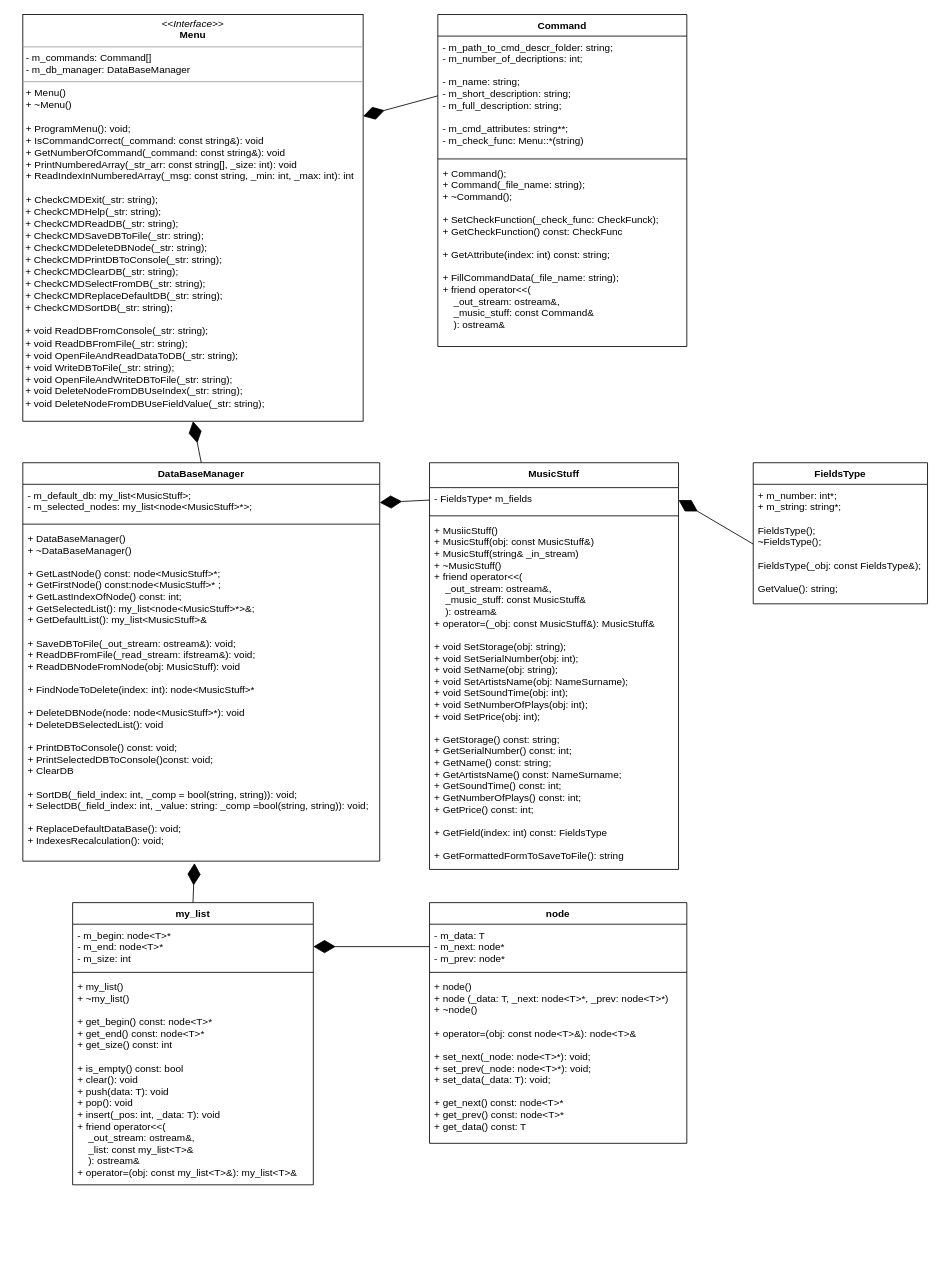
The draw.io diagram task/Class_Diagram.drawio in AKTOETO/SUBD_kursovaya-2022, before the edit. Source tidied: cells renumbered, new cells numbered last; positions are measured from the earlier drawing's top-left corner, leaving out a move shared by most shapes. Both pictures are drawn from the tidied source at 83%, with x=0, y=0 at pixel (22, 14).
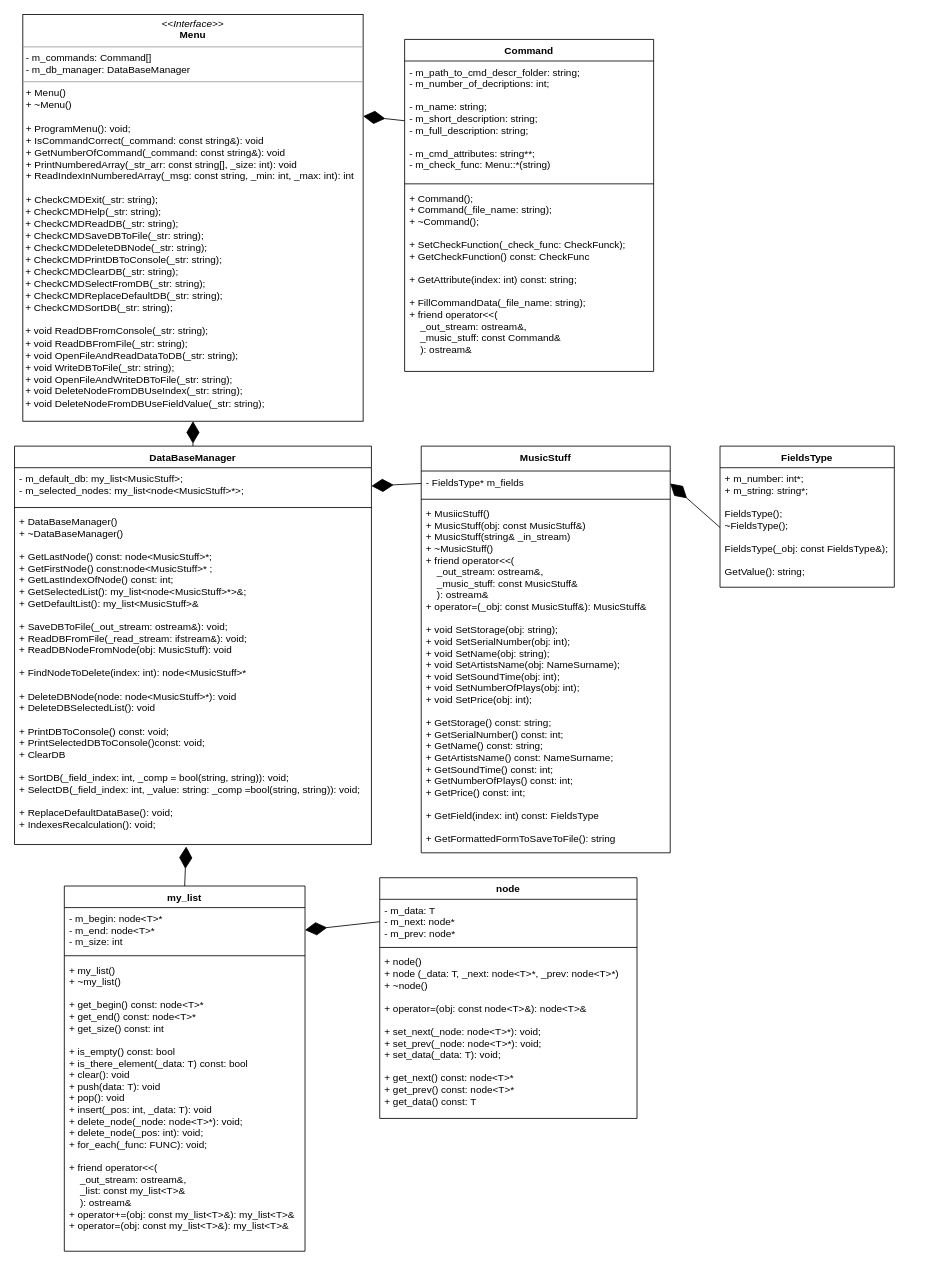
Above is the later version.

Diff of the diagram source:
```diff
@@
     <mxCell id="2" value="MusicStuff" style="swimlane;fontStyle=1;align=center;verticalAlign=top;horizontal=1;startSize=30;" parent="1" vertex="1">
-      <mxGeometry x="490" y="540" width="300" height="490" as="geometry" />
+      <mxGeometry x="480" y="520" width="300" height="490" as="geometry" />
     </mxCell>
@@
     <mxCell id="7" value="DataBaseManager" style="swimlane;fontStyle=1;align=center;verticalAlign=top;horizontal=1;startSize=26;" parent="1" vertex="1">
-      <mxGeometry y="540" width="430" height="480" as="geometry" />
+      <mxGeometry x="-10" y="520" width="430" height="480" as="geometry" />
     </mxCell>
@@
     <mxCell id="12" value="my_list" style="swimlane;fontStyle=1;align=center;verticalAlign=top;horizontal=1;startSize=26;" parent="1" vertex="1">
-      <mxGeometry x="60" y="1070" width="290" height="340" as="geometry" />
+      <mxGeometry x="50" y="1050" width="290" height="440" as="geometry" />
     </mxCell>
@@
-    <mxCell id="15" value="+ my_list()&#10;+ ~my_list()&#10;&#10;+ get_begin() const: node&lt;T&gt;*&#10;+ get_end() const: node&lt;T&gt;*&#10;+ get_size() const: int&#10;&#10;+ is_empty() const: bool&#10;+ clear(): void&#10;+ push(data: T): void&#10;+ pop(): void&#10;+ insert(_pos: int, _data: T): void&#10;+ friend operator&lt;&lt;(&#10;    _out_stream: ostream&amp;,&#10;    _list: const my_list&lt;T&gt;&amp; &#10;    ): ostream&amp;&#10;+ operator=(obj: const my_list&lt;T&gt;&amp;): my_list&lt;T&gt;&amp;" style="text;strokeColor=none;fillColor=none;align=left;verticalAlign=top;spacingLeft=4;spacingRight=4;overflow=hidden;" parent="12" vertex="1">
-      <mxGeometry y="88" width="290" height="252" as="geometry" />
+    <mxCell id="15" value="+ my_list()&#10;+ ~my_list()&#10;&#10;+ get_begin() const: node&lt;T&gt;*&#10;+ get_end() const: node&lt;T&gt;*&#10;+ get_size() const: int&#10;&#10;+ is_empty() const: bool&#10;+ is_there_element(_data: T) const: bool&#10;+ clear(): void&#10;+ push(data: T): void&#10;+ pop(): void&#10;+ insert(_pos: int, _data: T): void&#10;+ delete_node(_node: node&lt;T&gt;*): void;&#10;+ delete_node(_pos: int): void;&#10;+ for_each(_func: FUNC): void;&#10;&#10;+ friend operator&lt;&lt;(&#10;    _out_stream: ostream&amp;,&#10;    _list: const my_list&lt;T&gt;&amp; &#10;    ): ostream&amp;&#10;+ operator+=(obj: const my_list&lt;T&gt;&amp;): my_list&lt;T&gt;&amp;&#10;+ operator=(obj: const my_list&lt;T&gt;&amp;): my_list&lt;T&gt;&amp;" style="text;strokeColor=none;fillColor=none;align=left;verticalAlign=top;spacingLeft=4;spacingRight=4;overflow=hidden;" parent="12" vertex="1">
+      <mxGeometry y="88" width="290" height="352" as="geometry" />
     </mxCell>
@@
     <mxCell id="19" value="Command" style="swimlane;fontStyle=1;align=center;verticalAlign=top;horizontal=1;startSize=26;" parent="1" vertex="1">
-      <mxGeometry x="500" width="300" height="400" as="geometry" />
+      <mxGeometry x="460" y="30" width="300" height="400" as="geometry" />
     </mxCell>
@@
     <mxCell id="24" value="FieldsType" style="swimlane;fontStyle=1;horizontal=1;startSize=26;fillColor=none;" parent="1" vertex="1">
-      <mxGeometry x="880" y="540" width="210" height="170" as="geometry" />
+      <mxGeometry x="840" y="520" width="210" height="170" as="geometry" />
     </mxCell>
@@
     <mxCell id="26" value="node" style="swimlane;fontStyle=1;align=center;verticalAlign=top;horizontal=1;startSize=26;" parent="1" vertex="1">
-      <mxGeometry x="490" y="1070" width="310" height="290" as="geometry" />
+      <mxGeometry x="430" y="1040" width="310" height="290" as="geometry" />
     </mxCell>
```
